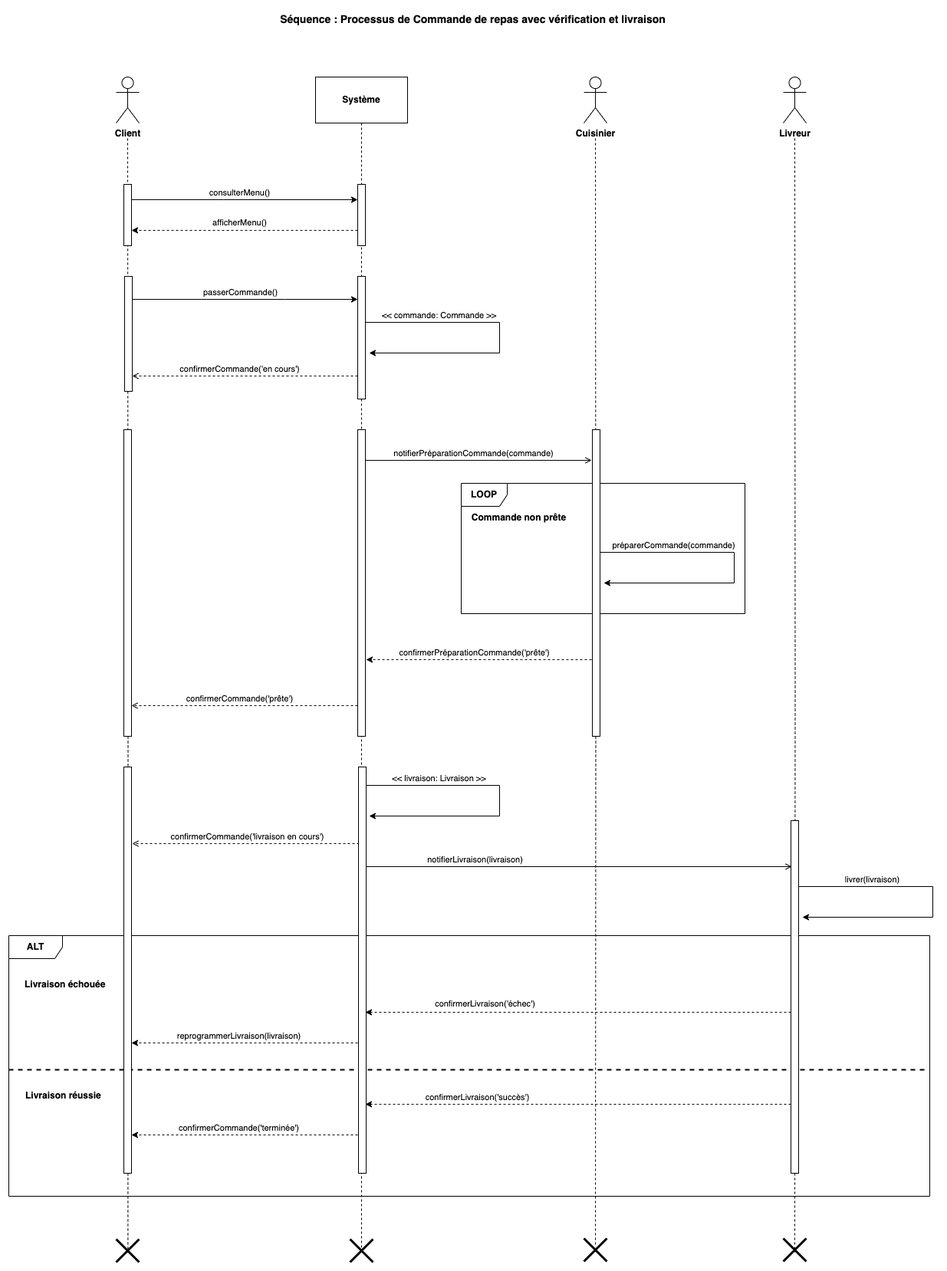
Above: Semaine 1 - UML/images/04-example.png in nicolasvauchenet/cours_methodologie (draw.io), before the change. Source tidied: cells renumbered, new cells last; positions are measured from the earlier drawing's top-left corner, leaving out a move shared by most shapes.
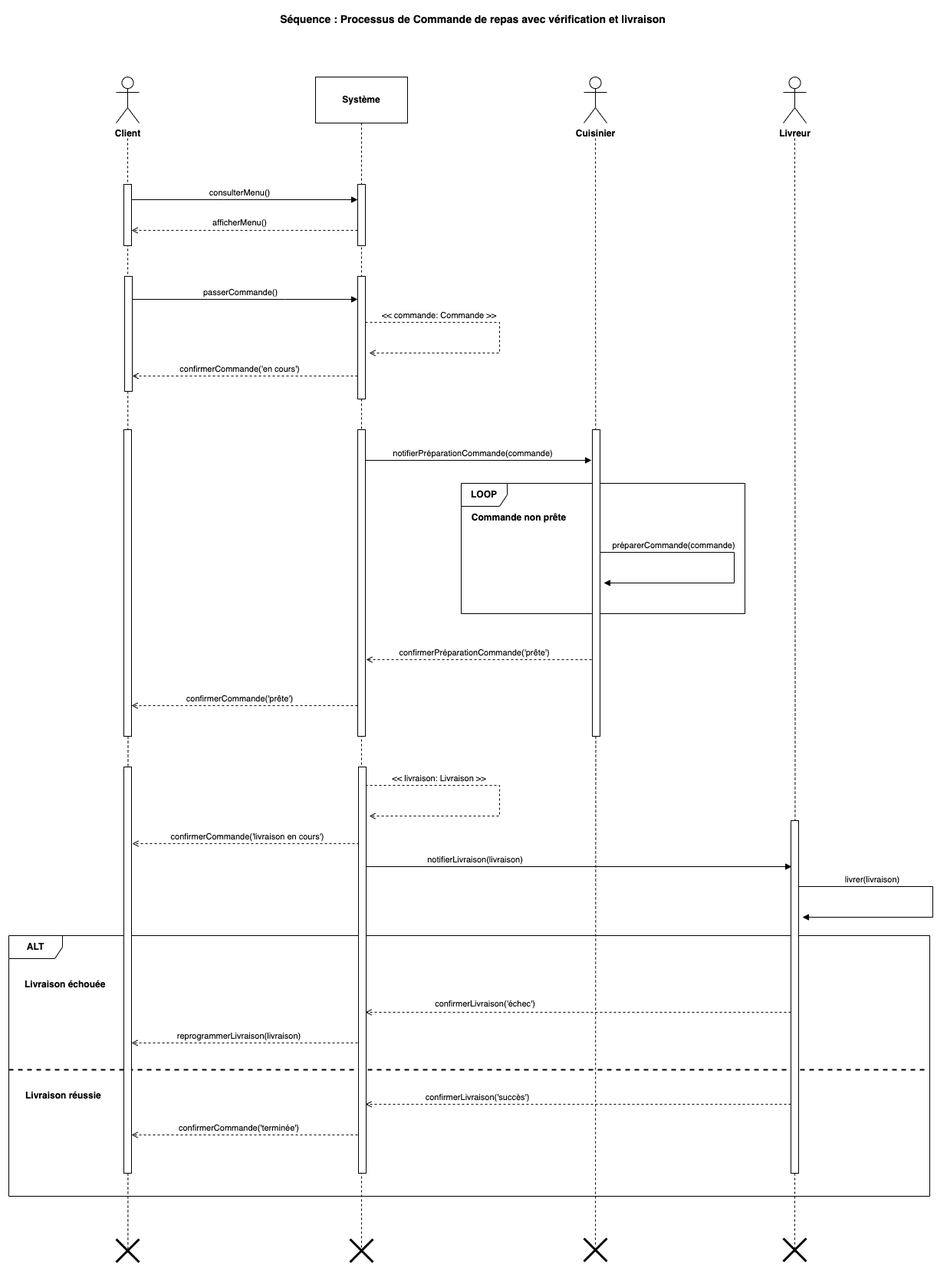
The same file after the commit.

Diff of the diagram source:
```diff
@@ -39,7 +39,7 @@
     <mxCell id="12" value="&lt;b&gt;Livraison réussie&lt;/b&gt;" style="line;strokeWidth=2;dashed=1;labelPosition=center;verticalLabelPosition=bottom;align=left;verticalAlign=top;spacingLeft=20;spacingTop=15;html=1;whiteSpace=wrap;" parent="10" vertex="1">
       <mxGeometry y="170" width="1200" height="10" as="geometry" />
     </mxCell>
-    <mxCell id="13" style="edgeStyle=orthogonalEdgeStyle;rounded=0;orthogonalLoop=1;jettySize=auto;html=1;curved=0;dashed=1;" parent="10" edge="1">
+    <mxCell id="13" style="edgeStyle=orthogonalEdgeStyle;rounded=0;orthogonalLoop=1;jettySize=auto;html=1;curved=0;dashed=1;endArrow=open;endFill=0;" parent="10" edge="1">
       <mxGeometry relative="1" as="geometry">
         <mxPoint x="1020" y="100" as="sourcePoint" />
         <mxPoint x="465" y="100" as="targetPoint" />
@@ -50,7 +50,7 @@
         <mxPoint x="-30" y="-9" as="offset" />
       </mxGeometry>
     </mxCell>
-    <mxCell id="15" style="edgeStyle=orthogonalEdgeStyle;rounded=0;orthogonalLoop=1;jettySize=auto;html=1;curved=0;dashed=1;" parent="10" edge="1">
+    <mxCell id="15" style="edgeStyle=orthogonalEdgeStyle;rounded=0;orthogonalLoop=1;jettySize=auto;html=1;curved=0;dashed=1;endArrow=open;endFill=0;" parent="10" edge="1">
       <mxGeometry relative="1" as="geometry">
         <mxPoint x="1020" y="220" as="sourcePoint" />
         <mxPoint x="465" y="220" as="targetPoint" />
@@ -61,7 +61,7 @@
         <mxPoint x="-55" y="-8" as="offset" />
       </mxGeometry>
     </mxCell>
-    <mxCell id="17" style="edgeStyle=orthogonalEdgeStyle;rounded=0;orthogonalLoop=1;jettySize=auto;html=1;curved=0;dashed=1;" parent="10" edge="1">
+    <mxCell id="17" style="edgeStyle=orthogonalEdgeStyle;rounded=0;orthogonalLoop=1;jettySize=auto;html=1;curved=0;dashed=1;endArrow=open;endFill=0;" parent="10" edge="1">
       <mxGeometry relative="1" as="geometry">
         <mxPoint x="455" y="140" as="sourcePoint" />
         <mxPoint x="160" y="140" as="targetPoint" />
@@ -72,7 +72,7 @@
         <mxPoint x="38" y="-11" as="offset" />
       </mxGeometry>
     </mxCell>
-    <mxCell id="19" style="edgeStyle=orthogonalEdgeStyle;rounded=0;orthogonalLoop=1;jettySize=auto;html=1;curved=0;dashed=1;" parent="10" edge="1">
+    <mxCell id="19" style="edgeStyle=orthogonalEdgeStyle;rounded=0;orthogonalLoop=1;jettySize=auto;html=1;curved=0;dashed=1;endArrow=open;endFill=0;" parent="10" edge="1">
       <mxGeometry relative="1" as="geometry">
         <mxPoint x="455" y="260" as="sourcePoint" />
         <mxPoint x="160" y="260" as="targetPoint" />
@@ -108,7 +108,7 @@
         <mxPoint x="155" y="170" as="sourcePoint" />
       </mxGeometry>
     </mxCell>
-    <mxCell id="28" style="edgeStyle=orthogonalEdgeStyle;rounded=0;jettySize=auto;html=1;curved=0;" parent="1" edge="1" source="30" target="33">
+    <mxCell id="28" style="edgeStyle=orthogonalEdgeStyle;rounded=0;jettySize=auto;html=1;curved=0;endArrow=block;endFill=1;" parent="1" edge="1" source="30" target="33">
       <mxGeometry relative="1" as="geometry">
         <Array as="points">
           <mxPoint x="280" y="250" />
@@ -124,7 +124,7 @@
     <mxCell id="30" style="html=1;points=[[0,0,0,0,5],[0,1,0,0,-5],[1,0,0,0,5],[1,1,0,0,-5]];perimeter=orthogonalPerimeter;outlineConnect=0;targetShapes=umlLifeline;portConstraint=eastwest;newEdgeStyle={&quot;curved&quot;:0,&quot;rounded&quot;:0};" parent="1" vertex="1">
       <mxGeometry x="150" y="230" width="10" height="80" as="geometry" />
     </mxCell>
-    <mxCell id="31" style="edgeStyle=orthogonalEdgeStyle;rounded=0;orthogonalLoop=1;jettySize=auto;html=1;curved=0;dashed=1;" parent="1" edge="1">
+    <mxCell id="31" style="edgeStyle=orthogonalEdgeStyle;rounded=0;orthogonalLoop=1;jettySize=auto;html=1;curved=0;dashed=1;endArrow=open;endFill=0;" parent="1" edge="1">
       <mxGeometry relative="1" as="geometry">
         <mxPoint x="455" y="290" as="sourcePoint" />
         <mxPoint x="160" y="290" as="targetPoint" />
@@ -138,7 +138,7 @@
     <mxCell id="33" style="html=1;points=[[0,0,0,0,5],[0,1,0,0,-5],[1,0,0,0,5],[1,1,0,0,-5]];perimeter=orthogonalPerimeter;outlineConnect=0;targetShapes=umlLifeline;portConstraint=eastwest;newEdgeStyle={&quot;curved&quot;:0,&quot;rounded&quot;:0};" parent="1" vertex="1">
       <mxGeometry x="455" y="230" width="10" height="80" as="geometry" />
     </mxCell>
-    <mxCell id="34" style="edgeStyle=orthogonalEdgeStyle;rounded=0;jettySize=auto;html=1;curved=0;endArrow=classic;endFill=1;" parent="1" edge="1" source="40">
+    <mxCell id="34" style="edgeStyle=orthogonalEdgeStyle;rounded=0;jettySize=auto;html=1;curved=0;endArrow=open;endFill=0;dashed=1;" parent="1" edge="1" source="40">
       <mxGeometry relative="1" as="geometry">
         <mxPoint x="470" y="450" as="targetPoint" />
         <Array as="points">
@@ -165,7 +165,7 @@
         <mxPoint x="29" y="-9" as="offset" />
       </mxGeometry>
     </mxCell>
-    <mxCell id="38" style="edgeStyle=orthogonalEdgeStyle;rounded=0;orthogonalLoop=1;jettySize=auto;html=1;curved=0;endArrow=open;endFill=0;" parent="1" edge="1">
+    <mxCell id="38" style="edgeStyle=orthogonalEdgeStyle;rounded=0;orthogonalLoop=1;jettySize=auto;html=1;curved=0;endArrow=block;endFill=1;" parent="1" edge="1">
       <mxGeometry relative="1" as="geometry">
         <mxPoint x="465" y="590" as="sourcePoint" />
         <mxPoint x="760" y="590" as="targetPoint" />
@@ -203,7 +203,7 @@
     <mxCell id="45" style="html=1;perimeter=orthogonalPerimeter;targetShapes=umlLifeline;newEdgeStyle={&quot;curved&quot;:0,&quot;rounded&quot;:0};" parent="1" vertex="1">
       <mxGeometry x="150" y="990" width="10" height="530" as="geometry" />
     </mxCell>
-    <mxCell id="46" style="edgeStyle=orthogonalEdgeStyle;rounded=0;jettySize=auto;html=1;curved=0;" parent="1" edge="1" source="48" target="40">
+    <mxCell id="46" style="edgeStyle=orthogonalEdgeStyle;rounded=0;jettySize=auto;html=1;curved=0;endArrow=block;endFill=1;" parent="1" edge="1" source="48" target="40">
       <mxGeometry relative="1" as="geometry">
         <Array as="points">
           <mxPoint x="360" y="380" />
@@ -222,7 +222,7 @@
     <mxCell id="49" style="html=1;perimeter=orthogonalPerimeter;targetShapes=umlLifeline;newEdgeStyle={&quot;curved&quot;:0,&quot;rounded&quot;:0};" parent="1" vertex="1">
       <mxGeometry x="761" y="550" width="10" height="400" as="geometry" />
     </mxCell>
-    <mxCell id="50" style="edgeStyle=orthogonalEdgeStyle;rounded=0;orthogonalLoop=1;jettySize=auto;html=1;curved=0;endArrow=classic;endFill=1;" parent="1" edge="1">
+    <mxCell id="50" style="edgeStyle=orthogonalEdgeStyle;rounded=0;orthogonalLoop=1;jettySize=auto;html=1;curved=0;endArrow=block;endFill=1;" parent="1" edge="1">
       <mxGeometry relative="1" as="geometry">
         <mxPoint x="771" y="710" as="sourcePoint" />
         <mxPoint x="776" y="750" as="targetPoint" />
@@ -237,7 +237,7 @@
         <mxPoint x="39" y="-11" as="offset" />
       </mxGeometry>
     </mxCell>
-    <mxCell id="52" style="edgeStyle=orthogonalEdgeStyle;rounded=0;orthogonalLoop=1;jettySize=auto;html=1;curved=0;entryX=1.1;entryY=0.279;entryDx=0;entryDy=0;entryPerimeter=0;dashed=1;" parent="1" edge="1">
+    <mxCell id="52" style="edgeStyle=orthogonalEdgeStyle;rounded=0;orthogonalLoop=1;jettySize=auto;html=1;curved=0;entryX=1.1;entryY=0.279;entryDx=0;entryDy=0;entryPerimeter=0;dashed=1;endArrow=open;endFill=0;" parent="1" edge="1">
       <mxGeometry relative="1" as="geometry">
         <mxPoint x="760" y="850" as="sourcePoint" />
         <mxPoint x="466" y="850" as="targetPoint" />
@@ -254,7 +254,7 @@
     <mxCell id="54" style="html=1;perimeter=orthogonalPerimeter;targetShapes=umlLifeline;newEdgeStyle={&quot;curved&quot;:0,&quot;rounded&quot;:0};" parent="1" vertex="1">
       <mxGeometry x="150" y="550" width="10" height="400" as="geometry" />
     </mxCell>
-    <mxCell id="55" style="edgeStyle=orthogonalEdgeStyle;rounded=0;orthogonalLoop=1;jettySize=auto;html=1;curved=0;endArrow=classic;endFill=1;" parent="1" edge="1">
+    <mxCell id="55" style="edgeStyle=orthogonalEdgeStyle;rounded=0;orthogonalLoop=1;jettySize=auto;html=1;curved=0;endArrow=open;endFill=0;dashed=1;" parent="1" edge="1">
       <mxGeometry relative="1" as="geometry">
         <mxPoint x="465" y="1014" as="sourcePoint" />
         <mxPoint x="470" y="1054" as="targetPoint" />
@@ -269,7 +269,7 @@
         <mxPoint x="39" y="-11" as="offset" />
       </mxGeometry>
     </mxCell>
-    <mxCell id="57" style="edgeStyle=orthogonalEdgeStyle;rounded=0;orthogonalLoop=1;jettySize=auto;html=1;curved=0;endArrow=classic;endFill=1;" parent="1" edge="1">
+    <mxCell id="57" style="edgeStyle=orthogonalEdgeStyle;rounded=0;orthogonalLoop=1;jettySize=auto;html=1;curved=0;endArrow=block;endFill=1;" parent="1" edge="1">
       <mxGeometry relative="1" as="geometry">
         <mxPoint x="1030" y="1146" as="sourcePoint" />
         <mxPoint x="1035" y="1186" as="targetPoint" />
@@ -284,7 +284,7 @@
         <mxPoint x="39" y="-11" as="offset" />
       </mxGeometry>
     </mxCell>
-    <mxCell id="59" style="edgeStyle=orthogonalEdgeStyle;rounded=0;orthogonalLoop=1;jettySize=auto;html=1;curved=0;endArrow=open;endFill=0;" parent="1" edge="1">
+    <mxCell id="59" style="edgeStyle=orthogonalEdgeStyle;rounded=0;orthogonalLoop=1;jettySize=auto;html=1;curved=0;endArrow=block;endFill=1;" parent="1" edge="1">
       <mxGeometry relative="1" as="geometry">
         <mxPoint x="466" y="1120" as="sourcePoint" />
         <mxPoint x="1021" y="1120" as="targetPoint" />
```
